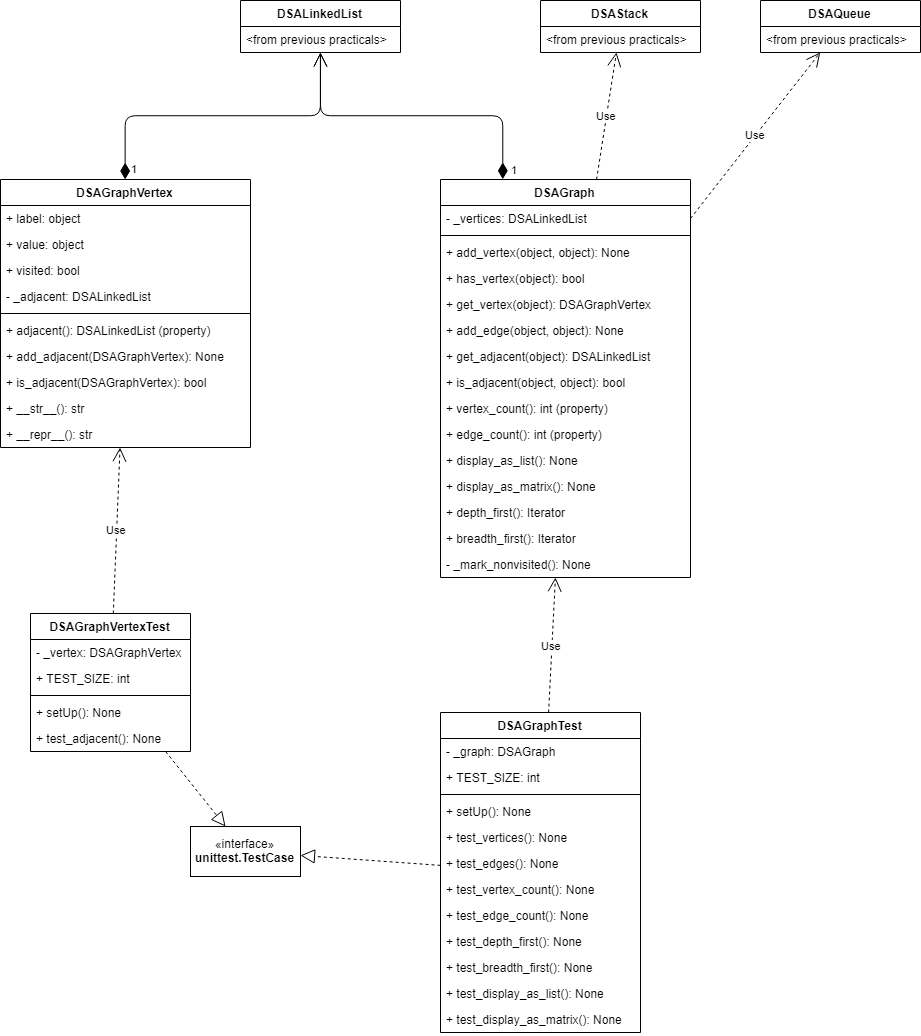
This is P5/UML.png from MC-DeltaT/DSA-Practicals, a draw.io export, as it was before one commit. Source tidied: cells renumbered, new cells last; positions are measured from the earlier drawing's top-left corner, leaving out a move shared by most shapes.
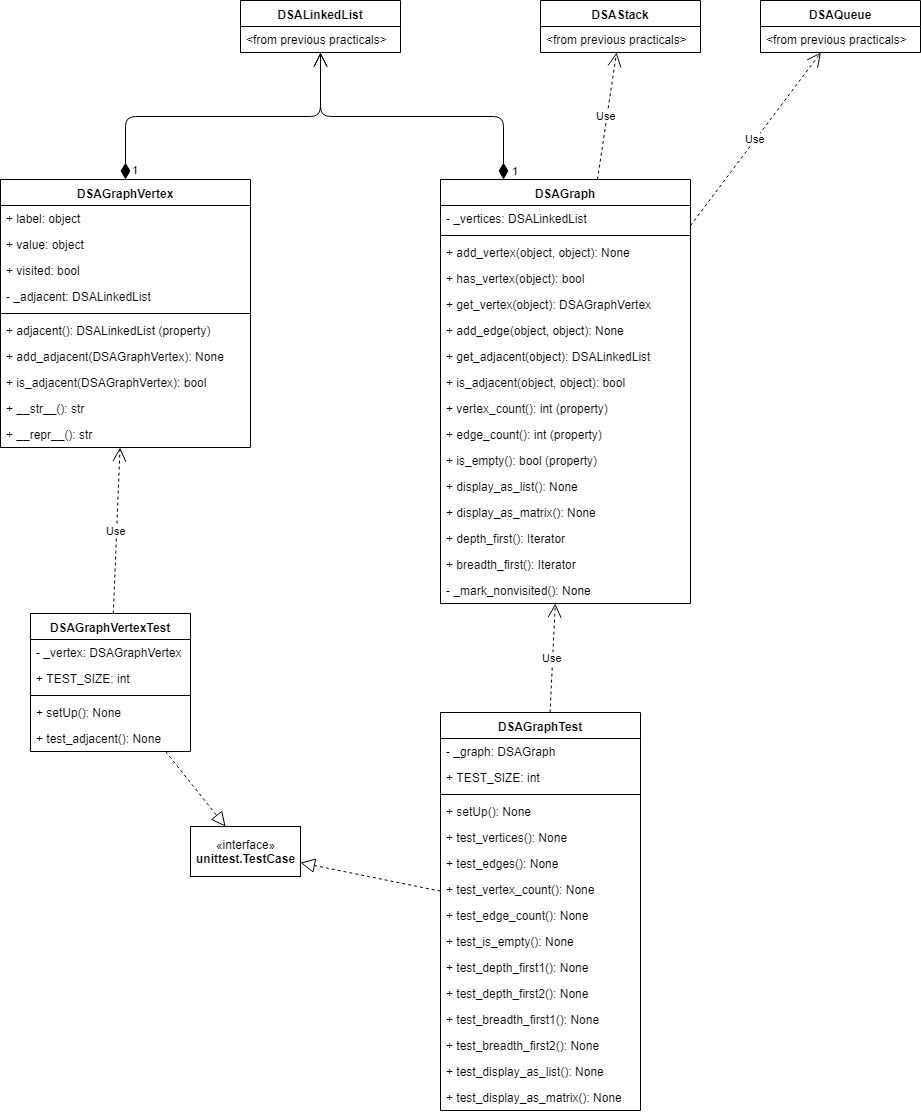
After the commit.

Change to the diagram source:
```diff
@@ -54,7 +54,7 @@
       <mxGeometry y="26" width="160" height="26" as="geometry" />
     </mxCell>
     <mxCell id="19" value="DSAGraph" style="swimlane;fontStyle=1;align=center;verticalAlign=top;horizontal=1;startSize=26;" parent="1" vertex="1">
-      <mxGeometry x="440" y="179" width="250" height="398" as="geometry" />
+      <mxGeometry x="440" y="179" width="250" height="424" as="geometry" />
     </mxCell>
     <mxCell id="20" value="- _vertices: DSALinkedList" style="text;strokeColor=none;fillColor=none;align=left;verticalAlign=top;spacingLeft=4;spacingRight=4;overflow=hidden;" parent="19" vertex="1">
       <mxGeometry y="26" width="250" height="26" as="geometry" />
@@ -86,20 +86,23 @@
     <mxCell id="29" value="+ edge_count(): int (property)" style="text;strokeColor=none;fillColor=none;align=left;verticalAlign=top;spacingLeft=4;spacingRight=4;overflow=hidden;" parent="19" vertex="1">
       <mxGeometry y="242" width="250" height="26" as="geometry" />
     </mxCell>
+    <mxCell id="63" value="+ is_empty(): bool (property)" style="text;strokeColor=none;fillColor=none;align=left;verticalAlign=top;spacingLeft=4;spacingRight=4;overflow=hidden;" parent="19" vertex="1">
+      <mxGeometry y="268" width="250" height="26" as="geometry" />
+    </mxCell>
     <mxCell id="30" value="+ display_as_list(): None" style="text;strokeColor=none;fillColor=none;align=left;verticalAlign=top;spacingLeft=4;spacingRight=4;overflow=hidden;" parent="19" vertex="1">
-      <mxGeometry y="268" width="250" height="26" as="geometry" />
+      <mxGeometry y="294" width="250" height="26" as="geometry" />
     </mxCell>
     <mxCell id="31" value="+ display_as_matrix(): None" style="text;strokeColor=none;fillColor=none;align=left;verticalAlign=top;spacingLeft=4;spacingRight=4;overflow=hidden;" parent="19" vertex="1">
-      <mxGeometry y="294" width="250" height="26" as="geometry" />
+      <mxGeometry y="320" width="250" height="26" as="geometry" />
     </mxCell>
     <mxCell id="32" value="+ depth_first(): Iterator" style="text;strokeColor=none;fillColor=none;align=left;verticalAlign=top;spacingLeft=4;spacingRight=4;overflow=hidden;" parent="19" vertex="1">
-      <mxGeometry y="320" width="250" height="26" as="geometry" />
+      <mxGeometry y="346" width="250" height="26" as="geometry" />
     </mxCell>
     <mxCell id="33" value="+ breadth_first(): Iterator" style="text;strokeColor=none;fillColor=none;align=left;verticalAlign=top;spacingLeft=4;spacingRight=4;overflow=hidden;" parent="19" vertex="1">
-      <mxGeometry y="346" width="250" height="26" as="geometry" />
+      <mxGeometry y="372" width="250" height="26" as="geometry" />
     </mxCell>
     <mxCell id="34" value="- _mark_nonvisited(): None" style="text;strokeColor=none;fillColor=none;align=left;verticalAlign=top;spacingLeft=4;spacingRight=4;overflow=hidden;" parent="19" vertex="1">
-      <mxGeometry y="372" width="250" height="26" as="geometry" />
+      <mxGeometry y="398" width="250" height="26" as="geometry" />
     </mxCell>
     <mxCell id="35" value="1" style="endArrow=open;html=1;endSize=12;startArrow=diamondThin;startSize=14;startFill=1;edgeStyle=orthogonalEdgeStyle;align=left;verticalAlign=bottom;" parent="1" edge="1" source="2" target="13">
       <mxGeometry x="-0.58" y="-62" relative="1" as="geometry" />
@@ -140,7 +143,7 @@
       <mxGeometry relative="1" as="geometry" />
     </mxCell>
     <mxCell id="47" value="DSAGraphTest" style="swimlane;fontStyle=1;align=center;verticalAlign=top;horizontal=1;startSize=26;" parent="1" vertex="1">
-      <mxGeometry x="440" y="712" width="200" height="320" as="geometry" />
+      <mxGeometry x="440" y="712" width="200" height="398" as="geometry" />
     </mxCell>
     <mxCell id="48" value="- _graph: DSAGraph" style="text;strokeColor=none;fillColor=none;align=left;verticalAlign=top;spacingLeft=4;spacingRight=4;overflow=hidden;" parent="47" vertex="1">
       <mxGeometry y="26" width="200" height="26" as="geometry" />
@@ -166,17 +169,26 @@
     <mxCell id="55" value="+ test_edge_count(): None" style="text;strokeColor=none;fillColor=none;align=left;verticalAlign=top;spacingLeft=4;spacingRight=4;overflow=hidden;" parent="47" vertex="1">
       <mxGeometry y="190" width="200" height="26" as="geometry" />
     </mxCell>
+    <mxCell id="64" value="+ test_is_empty(): None" style="text;strokeColor=none;fillColor=none;align=left;verticalAlign=top;spacingLeft=4;spacingRight=4;overflow=hidden;" parent="47" vertex="1">
+      <mxGeometry y="216" width="200" height="26" as="geometry" />
+    </mxCell>
-    <mxCell id="56" value="+ test_depth_first(): None" style="text;strokeColor=none;fillColor=none;align=left;verticalAlign=top;spacingLeft=4;spacingRight=4;overflow=hidden;" parent="47" vertex="1">
-      <mxGeometry y="216" width="200" height="26" as="geometry" />
+    <mxCell id="56" value="+ test_depth_first1(): None" style="text;strokeColor=none;fillColor=none;align=left;verticalAlign=top;spacingLeft=4;spacingRight=4;overflow=hidden;" parent="47" vertex="1">
+      <mxGeometry y="242" width="200" height="26" as="geometry" />
     </mxCell>
+    <mxCell id="65" value="+ test_depth_first2(): None" style="text;strokeColor=none;fillColor=none;align=left;verticalAlign=top;spacingLeft=4;spacingRight=4;overflow=hidden;" parent="47" vertex="1">
+      <mxGeometry y="268" width="200" height="26" as="geometry" />
+    </mxCell>
-    <mxCell id="57" value="+ test_breadth_first(): None" style="text;strokeColor=none;fillColor=none;align=left;verticalAlign=top;spacingLeft=4;spacingRight=4;overflow=hidden;" parent="47" vertex="1">
-      <mxGeometry y="242" width="200" height="26" as="geometry" />
+    <mxCell id="57" value="+ test_breadth_first1(): None" style="text;strokeColor=none;fillColor=none;align=left;verticalAlign=top;spacingLeft=4;spacingRight=4;overflow=hidden;" parent="47" vertex="1">
+      <mxGeometry y="294" width="200" height="26" as="geometry" />
     </mxCell>
+    <mxCell id="66" value="+ test_breadth_first2(): None" style="text;strokeColor=none;fillColor=none;align=left;verticalAlign=top;spacingLeft=4;spacingRight=4;overflow=hidden;" parent="47" vertex="1">
+      <mxGeometry y="320" width="200" height="26" as="geometry" />
+    </mxCell>
     <mxCell id="58" value="+ test_display_as_list(): None" style="text;strokeColor=none;fillColor=none;align=left;verticalAlign=top;spacingLeft=4;spacingRight=4;overflow=hidden;" parent="47" vertex="1">
-      <mxGeometry y="268" width="200" height="26" as="geometry" />
+      <mxGeometry y="346" width="200" height="26" as="geometry" />
     </mxCell>
     <mxCell id="59" value="+ test_display_as_matrix(): None" style="text;strokeColor=none;fillColor=none;align=left;verticalAlign=top;spacingLeft=4;spacingRight=4;overflow=hidden;" parent="47" vertex="1">
-      <mxGeometry y="294" width="200" height="26" as="geometry" />
+      <mxGeometry y="372" width="200" height="26" as="geometry" />
     </mxCell>
     <mxCell id="60" value="Use" style="endArrow=open;endSize=12;dashed=1;html=1;" parent="1" edge="1" source="47" target="19">
       <mxGeometry relative="1" as="geometry" />
```
